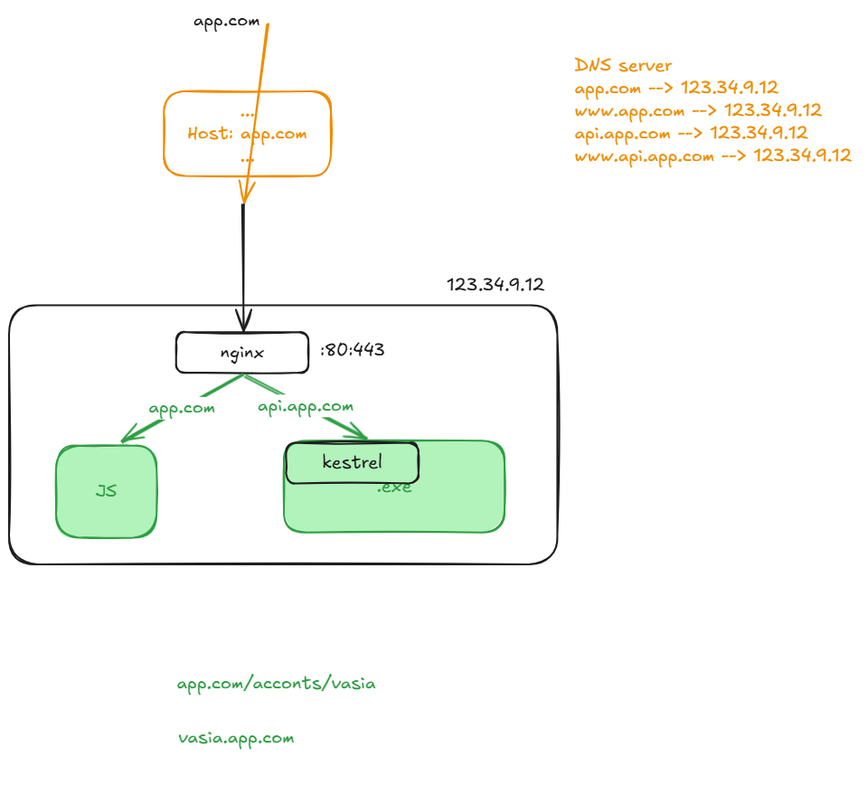
Earlier version of the Excalidraw export img/4.host_header.excalidraw.png (silvercodes/P32_asp_net). Source tidied: one line per element, renumbered; positions are measured from the earlier drawing's top-left corner, leaving out a move shared by most shapes.
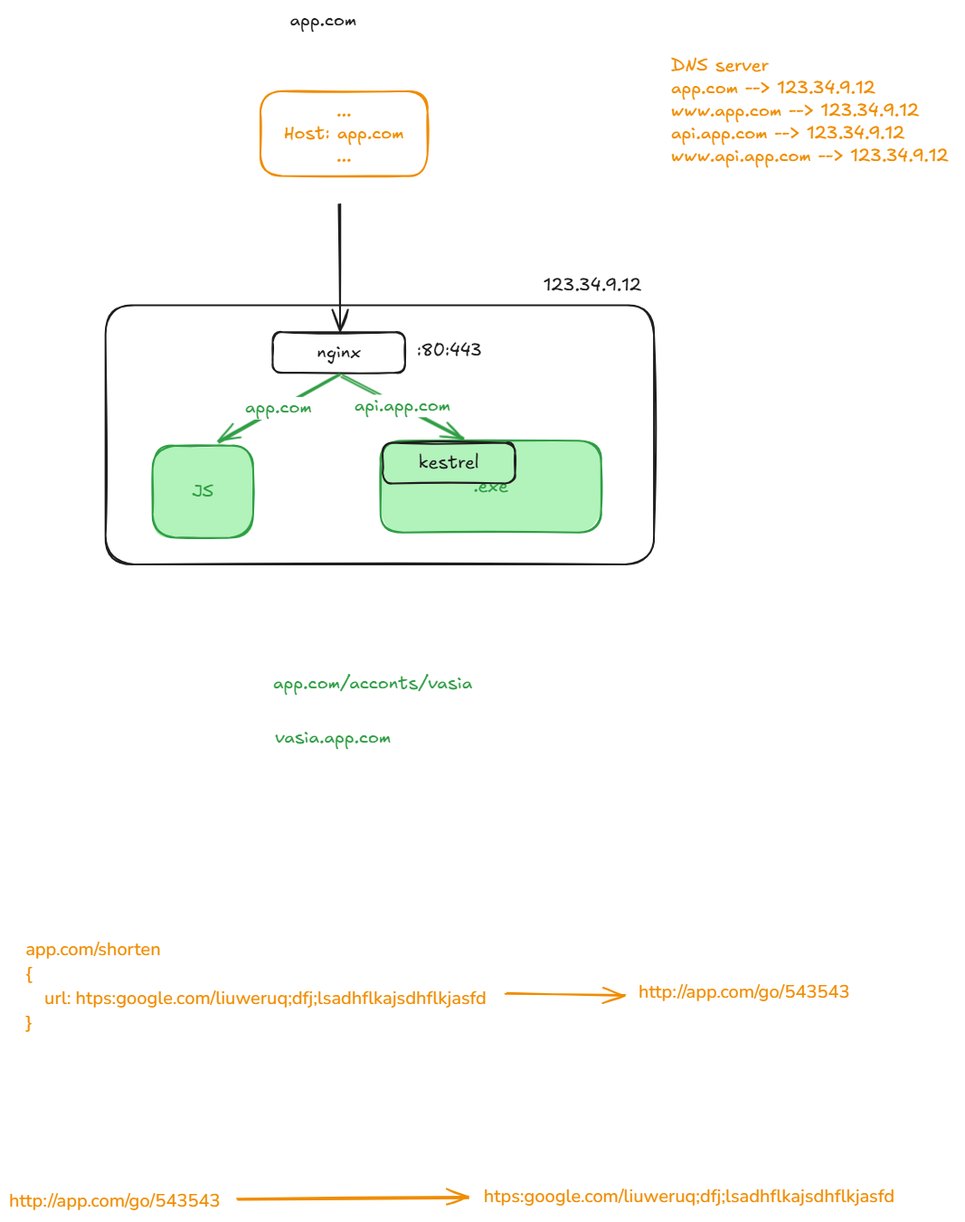
Later version of the same file.

Change to the diagram source:
```diff
@@ -20,3 +20,9 @@
 {"id": 19, "type": "text", "text": "kestrel", "strokeColor": "#1e1e1e", "strokeWidth": 2, "roughness": 1, "fontSize": 20, "fontFamily": 5, "textAlign": "center", "verticalAlign": "middle", "inside": 18, "x": 346, "y": 490, "width": 66, "height": 25}
 {"id": 20, "type": "text", "text": "app.com/acconts/vasia", "strokeColor": "#2f9e44", "backgroundColor": "#b2f2bb", "fillStyle": "solid", "strokeWidth": 2, "roughness": 1, "fontSize": 20, "fontFamily": 5, "x": 185, "y": 733, "width": 220, "height": 25}
 {"id": 21, "type": "text", "text": "vasia.app.com", "strokeColor": "#2f9e44", "backgroundColor": "#b2f2bb", "fillStyle": "solid", "strokeWidth": 2, "roughness": 1, "fontSize": 20, "fontFamily": 5, "x": 188, "y": 794, "width": 128, "height": 25}
+{"id": 22, "type": "text", "text": "app.com/shorten\n{\n    url: htps:google.com/liuweruq;dfj;lsadhflkajsdhflkjasfd\n}", "strokeColor": "#f08c00", "strokeWidth": 2, "roughness": 1, "fontSize": 20, "fontFamily": 6, "x": -88, "y": 1026, "width": 510, "height": 108}
+{"id": 23, "type": "text", "text": "http://app.com/go/543543", "strokeColor": "#f08c00", "strokeWidth": 2, "roughness": 1, "fontSize": 20, "fontFamily": 6, "x": 589, "y": 1073, "width": 233, "height": 27}
+{"id": 24, "type": "arrow", "strokeColor": "#f08c00", "strokeWidth": 2, "roughness": 1, "endArrowhead": "arrow", "round": true, "from": 22, "to": 23, "x": 442, "y": 1089, "width": 133, "height": 2, "points": [[0, 0], [133, 2]]}
+{"id": 25, "type": "text", "text": "http://app.com/go/543543", "strokeColor": "#f08c00", "strokeWidth": 2, "roughness": 1, "fontSize": 20, "fontFamily": 6, "x": -107, "y": 1304, "width": 233, "height": 27}
+{"id": 26, "type": "arrow", "strokeColor": "#f08c00", "strokeWidth": 2, "roughness": 1, "endArrowhead": "arrow", "round": true, "x": 146, "y": 1317, "width": 255, "height": 2, "points": [[0, 0], [255, -2]]}
+{"id": 27, "type": "text", "text": "htps:google.com/liuweruq;dfj;lsadhflkajsdhflkjasfd", "strokeColor": "#f08c00", "strokeWidth": 2, "roughness": 1, "fontSize": 20, "fontFamily": 6, "x": 418, "y": 1299, "width": 454, "height": 27}
```
